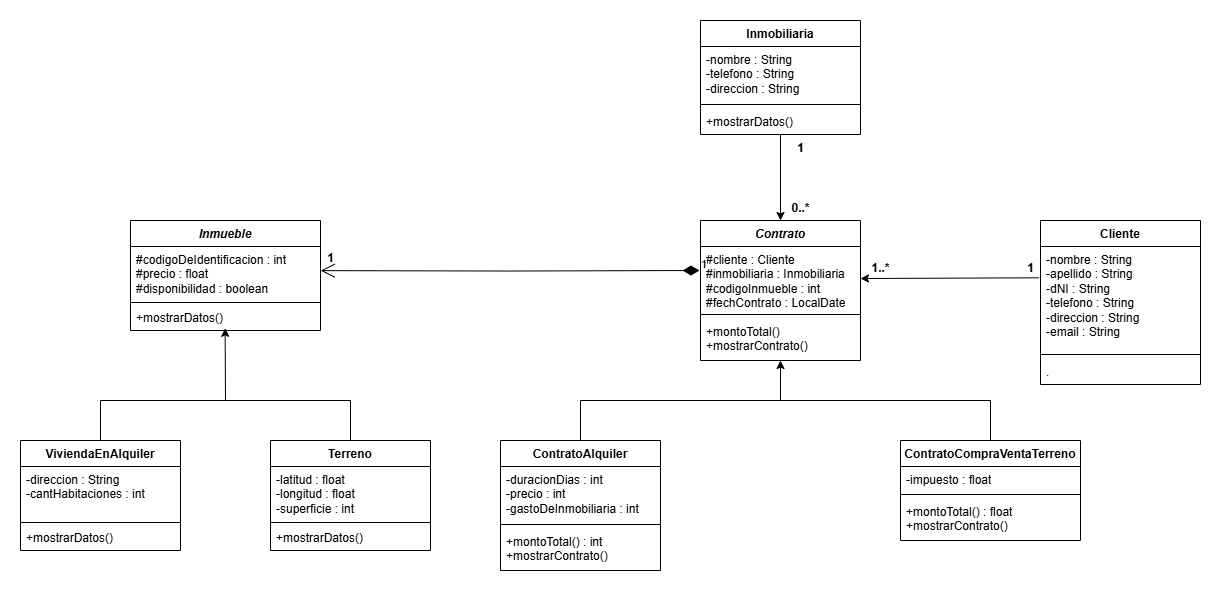
The draw.io diagram diagrama/tp4poo.png in TomasGudi/TP4_POO_grupo38, before a commit. Source tidied: cells renumbered, new cells last; positions are measured from the earlier drawing's top-left corner, leaving out a move shared by most shapes.
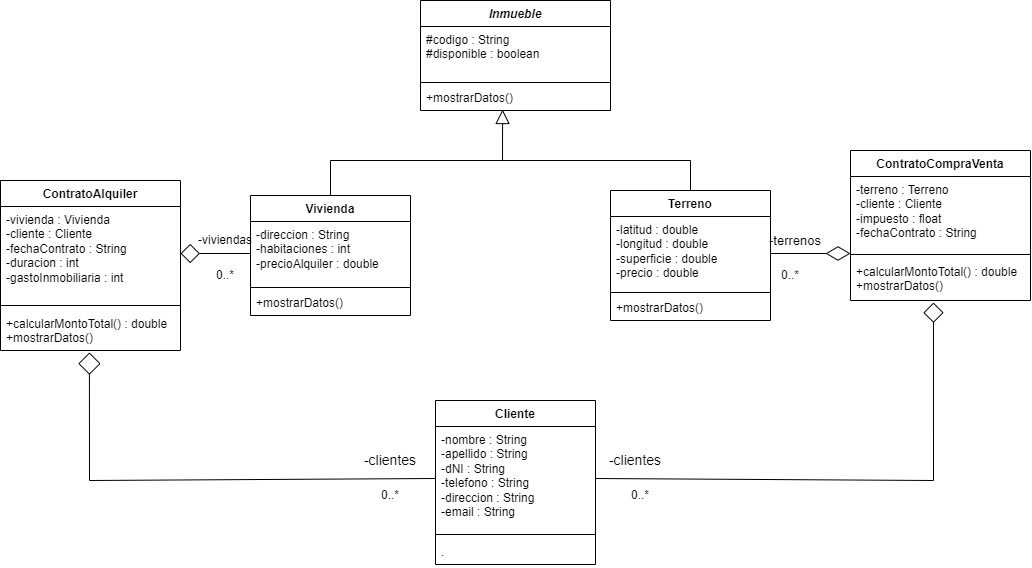
After the commit.

Diff of the diagram source:
```diff
@@ -3,56 +3,43 @@
     <mxCell id="0" />
     <mxCell id="1" parent="0" />
     <mxCell id="2" value="&lt;i&gt;Inmueble&lt;/i&gt;" style="swimlane;fontStyle=1;align=center;verticalAlign=top;horizontal=1;startSize=26;whiteSpace=wrap;html=1;" parent="1" vertex="1">
-      <mxGeometry x="110" y="200" width="190" height="110" as="geometry" />
+      <mxGeometry x="130" y="-80" width="190" height="110" as="geometry" />
     </mxCell>
-    <mxCell id="3" value="#codigoDeIdentificacion : int&lt;div&gt;#precio : float&lt;br&gt;#disponibilidad : boolean&lt;br&gt;&lt;br&gt;&lt;/div&gt;" style="text;strokeColor=none;fillColor=none;align=left;verticalAlign=top;spacingLeft=4;spacingRight=4;overflow=hidden;points=[[0,0.5],[1,0.5]];portConstraint=eastwest;whiteSpace=wrap;html=1;" parent="2" vertex="1">
-      <mxGeometry y="26" width="190" height="54" as="geometry" />
-    </mxCell>
+    <mxCell id="46" value="#&lt;span style=&quot;background-color: initial;&quot;&gt;codigo : String&lt;/span&gt;&lt;div&gt;#&lt;span style=&quot;background-color: initial;&quot;&gt;disponible :&lt;/span&gt;&lt;span style=&quot;background-color: initial;&quot;&gt;&amp;nbsp;boolean&amp;nbsp;&lt;/span&gt;&lt;/div&gt;" style="text;strokeColor=none;fillColor=none;align=left;verticalAlign=top;spacingLeft=4;spacingRight=4;overflow=hidden;html=1;textShadow=0;whiteSpace=wrap;" parent="2" vertex="1">
+      <mxGeometry y="26" width="190" height="54" as="geometry" />
+    </mxCell>
     <mxCell id="4" style="line;strokeWidth=1;fillColor=none;align=left;verticalAlign=middle;spacingTop=-1;spacingLeft=3;spacingRight=3;labelPosition=right;strokeColor=inherit;" parent="2" vertex="1">
       <mxGeometry y="80" width="190" height="4" as="geometry" />
     </mxCell>
     <mxCell id="5" value="+mostrarDatos()" style="text;strokeColor=none;fillColor=none;align=left;verticalAlign=top;spacingLeft=4;spacingRight=4;overflow=hidden;points=[[0,0.5],[1,0.5]];portConstraint=eastwest;whiteSpace=wrap;html=1;" parent="2" vertex="1">
       <mxGeometry y="84" width="190" height="26" as="geometry" />
     </mxCell>
-    <mxCell id="6" value="ViviendaEnAlquiler" style="swimlane;fontStyle=1;align=center;verticalAlign=top;horizontal=1;startSize=26;whiteSpace=wrap;html=1;" parent="1" vertex="1">
-      <mxGeometry y="420" width="160" height="110" as="geometry" />
+    <mxCell id="6" value="Vivienda" style="swimlane;fontStyle=1;align=center;verticalAlign=top;horizontal=1;startSize=26;whiteSpace=wrap;html=1;" parent="1" vertex="1">
+      <mxGeometry x="-40" y="115" width="160" height="120" as="geometry" />
     </mxCell>
-    <mxCell id="7" value="-direccion : String&lt;br&gt;-cantHabitaciones : int" style="text;strokeColor=none;fillColor=none;align=left;verticalAlign=top;spacingLeft=4;spacingRight=4;overflow=hidden;points=[[0,0.5],[1,0.5]];portConstraint=eastwest;whiteSpace=wrap;html=1;" parent="6" vertex="1">
-      <mxGeometry y="26" width="160" height="54" as="geometry" />
+    <mxCell id="7" value="-direccion : String&lt;br&gt;-habitaciones : int&lt;div&gt;-precioAlquiler : double&lt;/div&gt;" style="text;strokeColor=none;fillColor=none;align=left;verticalAlign=top;spacingLeft=4;spacingRight=4;overflow=hidden;points=[[0,0.5],[1,0.5]];portConstraint=eastwest;whiteSpace=wrap;html=1;" parent="6" vertex="1">
+      <mxGeometry y="26" width="160" height="64" as="geometry" />
     </mxCell>
     <mxCell id="8" style="line;strokeWidth=1;fillColor=none;align=left;verticalAlign=middle;spacingTop=-1;spacingLeft=3;spacingRight=3;labelPosition=right;strokeColor=inherit;" parent="6" vertex="1">
-      <mxGeometry y="80" width="160" height="4" as="geometry" />
+      <mxGeometry y="90" width="160" height="4" as="geometry" />
     </mxCell>
     <mxCell id="9" value="+mostrarDatos()" style="text;strokeColor=none;fillColor=none;align=left;verticalAlign=top;spacingLeft=4;spacingRight=4;overflow=hidden;whiteSpace=wrap;html=1;" parent="6" vertex="1">
-      <mxGeometry y="84" width="160" height="26" as="geometry" />
+      <mxGeometry y="94" width="160" height="26" as="geometry" />
     </mxCell>
     <mxCell id="10" value="Terreno" style="swimlane;fontStyle=1;align=center;verticalAlign=top;horizontal=1;startSize=26;whiteSpace=wrap;html=1;" parent="1" vertex="1">
-      <mxGeometry x="250" y="420" width="160" height="110" as="geometry" />
+      <mxGeometry x="320" y="110" width="160" height="130" as="geometry" />
     </mxCell>
-    <mxCell id="11" value="-latitud : float&lt;br&gt;-longitud : float&lt;div&gt;-superficie : int&lt;/div&gt;" style="text;strokeColor=none;fillColor=none;align=left;verticalAlign=top;spacingLeft=4;spacingRight=4;overflow=hidden;points=[[0,0.5],[1,0.5]];portConstraint=eastwest;whiteSpace=wrap;html=1;" parent="10" vertex="1">
-      <mxGeometry y="26" width="160" height="54" as="geometry" />
+    <mxCell id="11" value="-latitud : double&lt;br&gt;-longitud : double&lt;div&gt;-superficie : double&lt;/div&gt;&lt;div&gt;-precio : double&lt;/div&gt;" style="text;strokeColor=none;fillColor=none;align=left;verticalAlign=top;spacingLeft=4;spacingRight=4;overflow=hidden;points=[[0,0.5],[1,0.5]];portConstraint=eastwest;whiteSpace=wrap;html=1;" parent="10" vertex="1">
+      <mxGeometry y="26" width="160" height="74" as="geometry" />
     </mxCell>
     <mxCell id="12" style="line;strokeWidth=1;fillColor=none;align=left;verticalAlign=middle;spacingTop=-1;spacingLeft=3;spacingRight=3;labelPosition=right;strokeColor=inherit;" parent="10" vertex="1">
-      <mxGeometry y="80" width="160" height="4" as="geometry" />
+      <mxGeometry y="100" width="160" height="4" as="geometry" />
     </mxCell>
     <mxCell id="13" value="+mostrarDatos()" style="text;strokeColor=none;fillColor=none;align=left;verticalAlign=top;spacingLeft=4;spacingRight=4;overflow=hidden;whiteSpace=wrap;html=1;" parent="10" vertex="1">
-      <mxGeometry y="84" width="160" height="26" as="geometry" />
+      <mxGeometry y="104" width="160" height="26" as="geometry" />
     </mxCell>
-    <mxCell id="14" style="endArrow=classic;html=1;rounded=0;entryX=0.498;entryY=0.915;entryDx=0;entryDy=0;entryPerimeter=0;" parent="1" edge="1" target="5">
-      <mxGeometry relative="1" as="geometry">
-        <mxPoint x="205" y="380" as="sourcePoint" />
-      </mxGeometry>
-    </mxCell>
-    <mxCell id="15" style="endArrow=none;html=1;rounded=0;exitX=0.5;exitY=0;exitDx=0;exitDy=0;entryX=0.5;entryY=0;entryDx=0;entryDy=0;" parent="1" edge="1" source="6" target="10">
-      <mxGeometry relative="1" as="geometry">
-        <Array as="points">
-          <mxPoint x="80" y="380" />
-          <mxPoint x="330" y="380" />
-        </Array>
-      </mxGeometry>
-    </mxCell>
     <mxCell id="16" value="Cliente" style="swimlane;fontStyle=1;align=center;verticalAlign=top;horizontal=1;startSize=26;whiteSpace=wrap;html=1;" parent="1" vertex="1">
-      <mxGeometry x="1020" y="200" width="160" height="164" as="geometry" />
+      <mxGeometry x="145" y="320" width="160" height="164" as="geometry" />
     </mxCell>
     <mxCell id="17" value="-nombre : String&lt;div&gt;-apellido : String&lt;br&gt;-dNI : String&lt;br&gt;-telefono : String&lt;/div&gt;&lt;div&gt;-direccion : String&lt;br&gt;-email : String&lt;/div&gt;" style="text;strokeColor=none;fillColor=none;align=left;verticalAlign=top;spacingLeft=4;spacingRight=4;overflow=hidden;points=[[0,0.5],[1,0.5]];portConstraint=eastwest;whiteSpace=wrap;html=1;" parent="16" vertex="1">
       <mxGeometry y="26" width="160" height="104" as="geometry" />
@@ -63,92 +50,88 @@
     <mxCell id="19" value="." style="text;strokeColor=none;fillColor=none;align=left;verticalAlign=top;spacingLeft=4;spacingRight=4;overflow=hidden;whiteSpace=wrap;html=1;" parent="16" vertex="1">
       <mxGeometry y="138" width="160" height="26" as="geometry" />
     </mxCell>
-    <mxCell id="20" value="&lt;i&gt;Contrato&lt;/i&gt;" style="swimlane;fontStyle=1;align=center;verticalAlign=top;horizontal=1;startSize=26;whiteSpace=wrap;html=1;" parent="1" vertex="1">
-      <mxGeometry x="680" y="200" width="160" height="140" as="geometry" />
-    </mxCell>
-    <mxCell id="21" value="#cliente : Cliente&amp;nbsp;&lt;br&gt;#inmobiliaria : Inmobiliaria&lt;br&gt;#codigoInmueble : int&lt;br&gt;#fechContrato : LocalDate" style="text;strokeColor=none;fillColor=none;align=left;verticalAlign=top;spacingLeft=4;spacingRight=4;overflow=hidden;points=[[0,0.5],[1,0.5]];portConstraint=eastwest;whiteSpace=wrap;html=1;" parent="20" vertex="1">
-      <mxGeometry y="26" width="160" height="64" as="geometry" />
-    </mxCell>
-    <mxCell id="22" style="line;strokeWidth=1;fillColor=none;align=left;verticalAlign=middle;spacingTop=-1;spacingLeft=3;spacingRight=3;labelPosition=right;strokeColor=inherit;" parent="20" vertex="1">
-      <mxGeometry y="90" width="160" height="8" as="geometry" />
-    </mxCell>
-    <mxCell id="23" value="+montoTotal()&lt;br&gt;+mostrarContrato()" style="text;strokeColor=none;fillColor=none;align=left;verticalAlign=top;spacingLeft=4;spacingRight=4;overflow=hidden;whiteSpace=wrap;html=1;" parent="20" vertex="1">
-      <mxGeometry y="98" width="160" height="42" as="geometry" />
-    </mxCell>
     <mxCell id="24" value="ContratoAlquiler" style="swimlane;fontStyle=1;align=center;verticalAlign=top;horizontal=1;startSize=26;whiteSpace=wrap;html=1;" parent="1" vertex="1">
-      <mxGeometry x="480" y="420" width="160" height="130" as="geometry" />
+      <mxGeometry x="-290" y="100" width="180" height="170" as="geometry" />
     </mxCell>
-    <mxCell id="25" value="-duracionDias : int&lt;div&gt;-precio : int&lt;br&gt;-gastoDeInmobiliaria : int&lt;/div&gt;" style="text;strokeColor=none;fillColor=none;align=left;verticalAlign=top;spacingLeft=4;spacingRight=4;overflow=hidden;points=[[0,0.5],[1,0.5]];portConstraint=eastwest;whiteSpace=wrap;html=1;" parent="24" vertex="1">
-      <mxGeometry y="26" width="160" height="54" as="geometry" />
+    <mxCell id="25" value="&lt;div&gt;-vivienda : Vivienda&lt;br&gt;&lt;/div&gt;&lt;div&gt;-cliente : Cliente&lt;br&gt;&lt;/div&gt;&lt;div&gt;-fechaContrato : String&lt;br&gt;&lt;/div&gt;-duracion : int&lt;div&gt;-gastoInmobiliaria : int&lt;/div&gt;" style="text;strokeColor=none;fillColor=none;align=left;verticalAlign=top;spacingLeft=4;spacingRight=4;overflow=hidden;points=[[0,0.5],[1,0.5]];portConstraint=eastwest;whiteSpace=wrap;html=1;" parent="24" vertex="1">
+      <mxGeometry y="26" width="180" height="94" as="geometry" />
     </mxCell>
     <mxCell id="26" style="line;strokeWidth=1;fillColor=none;align=left;verticalAlign=middle;spacingTop=-1;spacingLeft=3;spacingRight=3;labelPosition=right;strokeColor=inherit;" parent="24" vertex="1">
-      <mxGeometry y="80" width="160" height="8" as="geometry" />
+      <mxGeometry y="120" width="180" height="10" as="geometry" />
     </mxCell>
-    <mxCell id="27" value="+montoTotal() : int&lt;br&gt;+mostrarContrato()" style="text;strokeColor=none;fillColor=none;align=left;verticalAlign=top;spacingLeft=4;spacingRight=4;overflow=hidden;points=[[0,0.5],[1,0.5]];portConstraint=eastwest;whiteSpace=wrap;html=1;" parent="24" vertex="1">
-      <mxGeometry y="88" width="160" height="42" as="geometry" />
+    <mxCell id="27" value="+calcularMontoTotal() : double&lt;br&gt;+mostrarDatos()" style="text;strokeColor=none;fillColor=none;align=left;verticalAlign=top;spacingLeft=4;spacingRight=4;overflow=hidden;points=[[0,0.5],[1,0.5]];portConstraint=eastwest;whiteSpace=wrap;html=1;" parent="24" vertex="1">
+      <mxGeometry y="130" width="180" height="40" as="geometry" />
     </mxCell>
-    <mxCell id="28" value="ContratoCompraVentaTerreno" style="swimlane;fontStyle=1;align=center;verticalAlign=top;horizontal=1;startSize=26;whiteSpace=wrap;html=1;" parent="1" vertex="1">
-      <mxGeometry x="880" y="420" width="180" height="100" as="geometry" />
+    <mxCell id="28" value="ContratoCompraVenta" style="swimlane;fontStyle=1;align=center;verticalAlign=top;horizontal=1;startSize=26;whiteSpace=wrap;html=1;" parent="1" vertex="1">
+      <mxGeometry x="560" y="70" width="180" height="150" as="geometry" />
     </mxCell>
-    <mxCell id="29" value="&lt;div&gt;-impuesto : float&lt;br&gt;&lt;br&gt;&lt;/div&gt;" style="text;strokeColor=none;fillColor=none;align=left;verticalAlign=top;spacingLeft=4;spacingRight=4;overflow=hidden;whiteSpace=wrap;html=1;" parent="28" vertex="1">
-      <mxGeometry y="26" width="180" height="24" as="geometry" />
+    <mxCell id="29" value="&lt;div&gt;-terreno : Terreno&lt;/div&gt;&lt;div&gt;-cliente : Cliente&lt;br&gt;&lt;/div&gt;&lt;div&gt;-impuesto : float&lt;/div&gt;&lt;div&gt;-fechaContrato : String&lt;/div&gt;&lt;div&gt;&lt;br&gt;&lt;/div&gt;" style="text;strokeColor=none;fillColor=none;align=left;verticalAlign=top;spacingLeft=4;spacingRight=4;overflow=hidden;whiteSpace=wrap;html=1;" parent="28" vertex="1">
+      <mxGeometry y="26" width="180" height="74" as="geometry" />
     </mxCell>
     <mxCell id="30" style="line;strokeWidth=1;fillColor=none;align=left;verticalAlign=middle;spacingTop=-1;spacingLeft=3;spacingRight=3;labelPosition=right;strokeColor=inherit;" parent="28" vertex="1">
-      <mxGeometry y="50" width="180" height="8" as="geometry" />
+      <mxGeometry y="100" width="180" height="8" as="geometry" />
     </mxCell>
-    <mxCell id="31" value="+montoTotal() : float&lt;br&gt;+mostrarContrato()" style="text;strokeColor=none;fillColor=none;align=left;verticalAlign=top;spacingLeft=4;spacingRight=4;overflow=hidden;points=[[0,0.5],[1,0.5]];portConstraint=eastwest;whiteSpace=wrap;html=1;" parent="28" vertex="1">
-      <mxGeometry y="58" width="180" height="42" as="geometry" />
+    <mxCell id="31" value="+calcularMontoTotal() : double&lt;br&gt;+mostrarDatos()" style="text;strokeColor=none;fillColor=none;align=left;verticalAlign=top;spacingLeft=4;spacingRight=4;overflow=hidden;points=[[0,0.5],[1,0.5]];portConstraint=eastwest;whiteSpace=wrap;html=1;" parent="28" vertex="1">
+      <mxGeometry y="108" width="180" height="42" as="geometry" />
     </mxCell>
-    <mxCell id="32" style="endArrow=classic;html=1;rounded=0;entryX=0.5;entryY=1;entryDx=0;entryDy=0;" parent="1" edge="1" target="20">
-      <mxGeometry relative="1" as="geometry">
-        <mxPoint x="760" y="380" as="sourcePoint" />
-      </mxGeometry>
-    </mxCell>
-    <mxCell id="33" style="endArrow=none;html=1;rounded=0;exitX=0.5;exitY=0;exitDx=0;exitDy=0;entryX=0.5;entryY=0;entryDx=0;entryDy=0;" parent="1" edge="1" source="24" target="28">
-      <mxGeometry relative="1" as="geometry">
-        <Array as="points">
-          <mxPoint x="560" y="380" />
-          <mxPoint x="970" y="380" />
-        </Array>
-      </mxGeometry>
-    </mxCell>
-    <mxCell id="34" value="Inmobiliaria" style="swimlane;fontStyle=1;align=center;verticalAlign=top;horizontal=1;startSize=26;whiteSpace=wrap;html=1;" parent="1" vertex="1">
-      <mxGeometry x="680" width="160" height="114" as="geometry" />
-    </mxCell>
-    <mxCell id="35" value="-nombre : String&lt;br&gt;-telefono : String&lt;br&gt;-direccion : String&lt;div&gt;&lt;br&gt;&lt;/div&gt;" style="text;strokeColor=none;fillColor=none;align=left;verticalAlign=top;spacingLeft=4;spacingRight=4;overflow=hidden;whiteSpace=wrap;html=1;" parent="34" vertex="1">
-      <mxGeometry y="26" width="160" height="54" as="geometry" />
-    </mxCell>
-    <mxCell id="36" style="line;strokeWidth=1;fillColor=none;align=left;verticalAlign=middle;spacingTop=-1;spacingLeft=3;spacingRight=3;labelPosition=right;strokeColor=inherit;" parent="34" vertex="1">
-      <mxGeometry y="80" width="160" height="8" as="geometry" />
-    </mxCell>
-    <mxCell id="37" value="+mostrarDatos()" style="text;strokeColor=none;fillColor=none;align=left;verticalAlign=top;spacingLeft=4;spacingRight=4;overflow=hidden;whiteSpace=wrap;html=1;" parent="34" vertex="1">
-      <mxGeometry y="88" width="160" height="26" as="geometry" />
-    </mxCell>
-    <mxCell id="38" value="1" style="endArrow=open;html=1;endSize=12;startArrow=diamondThin;startSize=14;startFill=1;edgeStyle=orthogonalEdgeStyle;align=left;verticalAlign=bottom;rounded=0;entryX=1.001;entryY=0.447;entryDx=0;entryDy=0;entryPerimeter=0;" parent="1" edge="1" target="3">
-      <mxGeometry x="-1" y="3" relative="1" as="geometry">
-        <mxPoint x="679" y="250" as="sourcePoint" />
-      </mxGeometry>
-    </mxCell>
-    <mxCell id="39" value="1" style="text;align=center;fontStyle=1;verticalAlign=middle;spacingLeft=3;spacingRight=3;strokeColor=none;html=1;" parent="1" vertex="1">
-      <mxGeometry x="300" y="230" width="20" height="16" as="geometry" />
-    </mxCell>
-    <mxCell id="40" style="endArrow=classic;html=1;rounded=0;entryX=0.5;entryY=0;entryDx=0;entryDy=0;exitX=0.5;exitY=1;exitDx=0;exitDy=0;" parent="1" edge="1" source="34" target="20">
-      <mxGeometry relative="1" as="geometry" />
-    </mxCell>
-    <mxCell id="41" value="1" style="text;align=center;fontStyle=1;verticalAlign=middle;spacingLeft=3;spacingRight=3;strokeColor=none;html=1;" parent="1" vertex="1">
-      <mxGeometry x="770" y="120" width="20" height="16" as="geometry" />
-    </mxCell>
-    <mxCell id="42" value="0..*" style="text;align=center;fontStyle=1;verticalAlign=middle;spacingLeft=3;spacingRight=3;strokeColor=none;html=1;" parent="1" vertex="1">
-      <mxGeometry x="770" y="180" width="20" height="16" as="geometry" />
-    </mxCell>
-    <mxCell id="43" style="endArrow=classic;html=1;rounded=0;entryX=1;entryY=0.5;entryDx=0;entryDy=0;exitX=-0.009;exitY=0.301;exitDx=0;exitDy=0;exitPerimeter=0;" parent="1" edge="1" source="17" target="21">
-      <mxGeometry relative="1" as="geometry" />
-    </mxCell>
-    <mxCell id="44" value="1" style="text;align=center;fontStyle=1;verticalAlign=middle;spacingLeft=3;spacingRight=3;strokeColor=none;html=1;" parent="1" vertex="1">
-      <mxGeometry x="1000" y="240" width="20" height="16" as="geometry" />
-    </mxCell>
-    <mxCell id="45" value="1..*" style="text;align=center;fontStyle=1;verticalAlign=middle;spacingLeft=3;spacingRight=3;strokeColor=none;html=1;" parent="1" vertex="1">
-      <mxGeometry x="850" y="240" width="20" height="16" as="geometry" />
-    </mxCell>
+    <mxCell id="47" style="endArrow=diamond;html=1;rounded=0;entryX=0.461;entryY=1.048;entryDx=0;entryDy=0;entryPerimeter=0;exitX=1;exitY=0.5;exitDx=0;exitDy=0;startArrow=none;startFill=0;endFill=0;endSize=18;startSize=7;" parent="1" edge="1" source="17" target="31">
+      <mxGeometry relative="1" as="geometry">
+        <Array as="points">
+          <mxPoint x="643" y="400" />
+        </Array>
+      </mxGeometry>
+    </mxCell>
+    <mxCell id="48" style="endArrow=diamond;html=1;rounded=0;entryX=0.494;entryY=1.048;entryDx=0;entryDy=0;entryPerimeter=0;exitX=0;exitY=0.5;exitDx=0;exitDy=0;endFill=0;jumpSize=17;endSize=20;" parent="1" edge="1" source="17" target="27">
+      <mxGeometry relative="1" as="geometry">
+        <Array as="points">
+          <mxPoint x="-201" y="400" />
+        </Array>
+      </mxGeometry>
+    </mxCell>
+    <mxCell id="49" style="endArrow=none;html=1;rounded=0;exitX=1;exitY=0.5;exitDx=0;exitDy=0;entryX=0;entryY=0.5;entryDx=0;entryDy=0;startArrow=diamond;startFill=0;endFill=0;startSize=17;" parent="1" edge="1" source="25" target="7">
+      <mxGeometry relative="1" as="geometry" />
+    </mxCell>
+    <mxCell id="50" style="endArrow=none;html=1;rounded=0;entryX=1;entryY=0.5;entryDx=0;entryDy=0;startArrow=diamondThin;startFill=0;endFill=0;startSize=22;" parent="1" edge="1" target="11">
+      <mxGeometry relative="1" as="geometry">
+        <mxPoint x="560" y="173" as="sourcePoint" />
+      </mxGeometry>
+    </mxCell>
+    <mxCell id="15" style="endArrow=none;html=1;rounded=0;exitX=0.5;exitY=0;exitDx=0;exitDy=0;entryX=0.5;entryY=0;entryDx=0;entryDy=0;startSize=22;sourcePerimeterSpacing=16;" parent="1" edge="1" source="6" target="10">
+      <mxGeometry relative="1" as="geometry">
+        <Array as="points">
+          <mxPoint x="40" y="80" />
+          <mxPoint x="400" y="80" />
+        </Array>
+      </mxGeometry>
+    </mxCell>
+    <mxCell id="51" style="endArrow=block;html=1;rounded=0;entryX=0.432;entryY=0.962;entryDx=0;entryDy=0;entryPerimeter=0;endFill=0;startSize=21;sourcePerimeterSpacing=20;endSize=12;" parent="1" edge="1" target="5">
+      <mxGeometry relative="1" as="geometry">
+        <mxPoint x="212" y="80" as="sourcePoint" />
+      </mxGeometry>
+    </mxCell>
+    <mxCell id="52" value="-clientes" style="text;html=1;align=center;verticalAlign=middle;whiteSpace=wrap;rounded=0;perimeterSpacing=9;fontSize=14;" parent="1" vertex="1">
+      <mxGeometry x="65" y="360" width="70" height="40" as="geometry" />
+    </mxCell>
+    <mxCell id="53" value="-clientes" style="text;html=1;align=center;verticalAlign=middle;whiteSpace=wrap;rounded=0;perimeterSpacing=9;fontSize=14;" parent="1" vertex="1">
+      <mxGeometry x="310" y="360" width="70" height="40" as="geometry" />
+    </mxCell>
+    <mxCell id="54" value="-terrenos" style="text;html=1;align=center;verticalAlign=middle;whiteSpace=wrap;rounded=0;perimeterSpacing=9;fontSize=13;" parent="1" vertex="1">
+      <mxGeometry x="470" y="140" width="70" height="40" as="geometry" />
+    </mxCell>
+    <mxCell id="55" value="-viviendas" style="text;html=1;align=center;verticalAlign=middle;whiteSpace=wrap;rounded=0;perimeterSpacing=9;fontSize=12;" parent="1" vertex="1">
+      <mxGeometry x="-100" y="140" width="70" height="40" as="geometry" />
+    </mxCell>
+    <mxCell id="56" value="0..*" style="text;html=1;align=center;verticalAlign=middle;whiteSpace=wrap;rounded=0;" parent="1" vertex="1">
+      <mxGeometry x="320" y="400" width="60" height="30" as="geometry" />
+    </mxCell>
+    <mxCell id="57" value="0..*" style="text;html=1;align=center;verticalAlign=middle;whiteSpace=wrap;rounded=0;" parent="1" vertex="1">
+      <mxGeometry x="470" y="180" width="60" height="30" as="geometry" />
+    </mxCell>
+    <mxCell id="58" value="0..*" style="text;html=1;align=center;verticalAlign=middle;whiteSpace=wrap;rounded=0;" parent="1" vertex="1">
+      <mxGeometry x="-95" y="180" width="60" height="30" as="geometry" />
+    </mxCell>
+    <mxCell id="59" value="0..*" style="text;html=1;align=center;verticalAlign=middle;whiteSpace=wrap;rounded=0;" parent="1" vertex="1">
+      <mxGeometry x="70" y="400" width="60" height="30" as="geometry" />
+    </mxCell>
   </root>
 </mxGraphModel>
```
